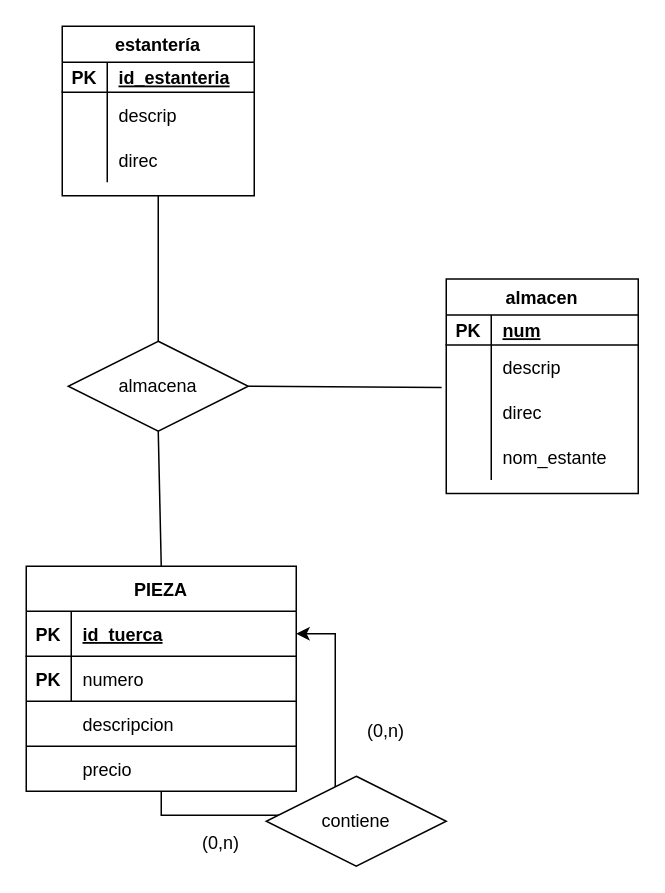
The draw.io diagram Ex5.drawio in JuanMarinG/TA12_MYSQL, before the edit. Source tidied: cells renumbered, new cells numbered last; positions are measured from the earlier drawing's top-left corner, leaving out a move shared by most shapes. Both pictures are drawn from the tidied source at 150%, with x=0, y=0 at pixel (26, 26).
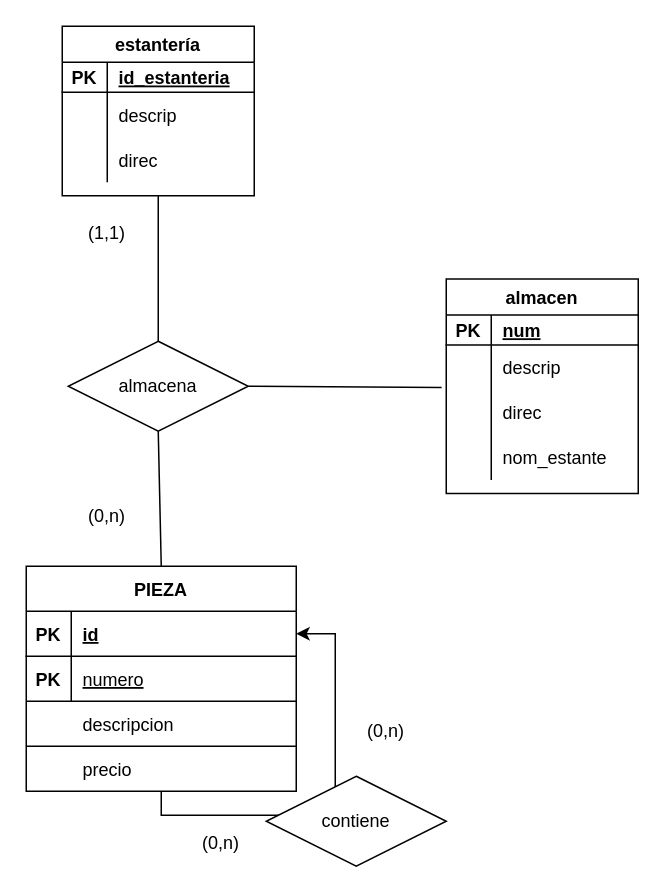
The same page after the edit.

Commit message:
cardinalidades pieza estanteria

The change refers to these unchanged cells:
```xml
<mxCell id="3" style="shape=tableRow;horizontal=0;startSize=0;swimlaneHead=0;swimlaneBody=0;fillColor=none;points=[[0,0.5],[1,0.5]];portConstraint=eastwest;top=0;left=0;right=0;bottom=1;" parent="2" vertex="1">
  <mxGeometry y="30" width="180" height="30" as="geometry" />
</mxCell>
<mxCell id="6" style="shape=tableRow;horizontal=0;startSize=0;swimlaneHead=0;swimlaneBody=0;fillColor=none;top=0;left=0;right=0;bottom=0;" parent="2" vertex="1">
  <mxGeometry y="60" width="180" height="30" as="geometry" />
</mxCell>
```

Change to the diagram source:
```diff
@@
-    <mxCell id="5" value="id_tuerca" style="shape=partialRectangle;fillColor=none;top=0;left=0;bottom=0;right=0;align=left;spacingLeft=6;fontStyle=5;overflow=hidden;" parent="3" vertex="1">
+    <mxCell id="5" value="id" style="shape=partialRectangle;fillColor=none;top=0;left=0;bottom=0;right=0;align=left;spacingLeft=6;fontStyle=5;overflow=hidden;" parent="3" vertex="1">
       <mxGeometry x="30" width="150" height="30" as="geometry" />
     </mxCell>
@@
-    <mxCell id="8" value="numero" style="shape=partialRectangle;fillColor=none;top=0;left=0;bottom=0;right=0;align=left;spacingLeft=6;overflow=hidden;" parent="6" vertex="1">
+    <mxCell id="8" value="numero" style="shape=partialRectangle;fillColor=none;top=0;left=0;bottom=0;right=0;align=left;spacingLeft=6;overflow=hidden;fontStyle=4;" parent="6" vertex="1">
       <mxGeometry x="30" width="150" height="30" as="geometry" />
     </mxCell>
@@
+    <mxCell id="45" value="(1,1)" style="text;html=1;strokeColor=none;fillColor=none;align=center;verticalAlign=middle;whiteSpace=wrap;rounded=0;" parent="1" vertex="1">
+      <mxGeometry x="24" y="123" width="60" height="30" as="geometry" />
+    </mxCell>
+    <mxCell id="46" value="(0,n)" style="text;html=1;strokeColor=none;fillColor=none;align=center;verticalAlign=middle;whiteSpace=wrap;rounded=0;" parent="1" vertex="1">
+      <mxGeometry x="24" y="311.5" width="60" height="30" as="geometry" />
+    </mxCell>
```
